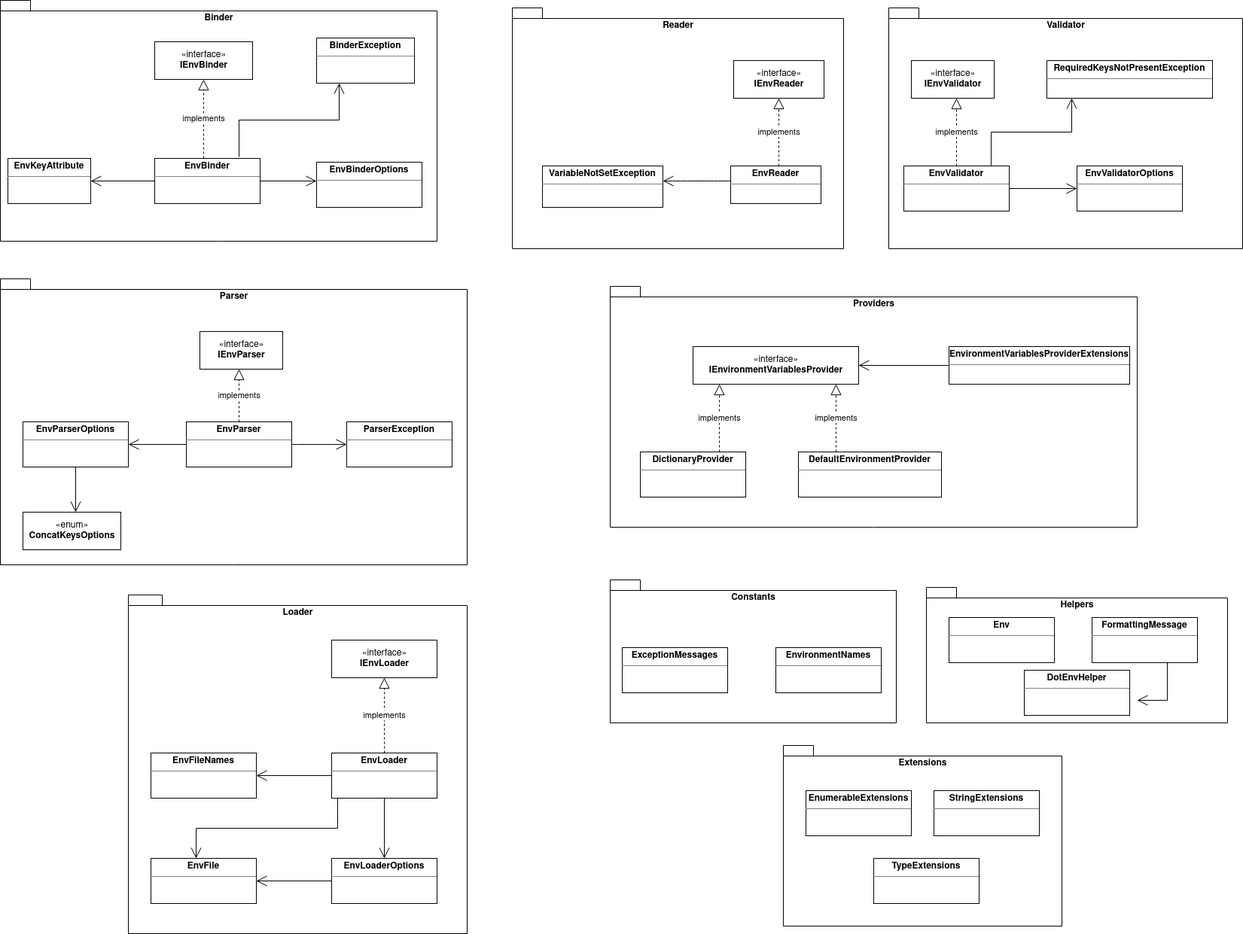
This is docs/images/package-diagram-library.png from MrDave1999/dotenv.core, a draw.io export, as it was before one commit. Source tidied: cells renumbered, new cells last; positions are measured from the earlier drawing's top-left corner, leaving out a move shared by most shapes.
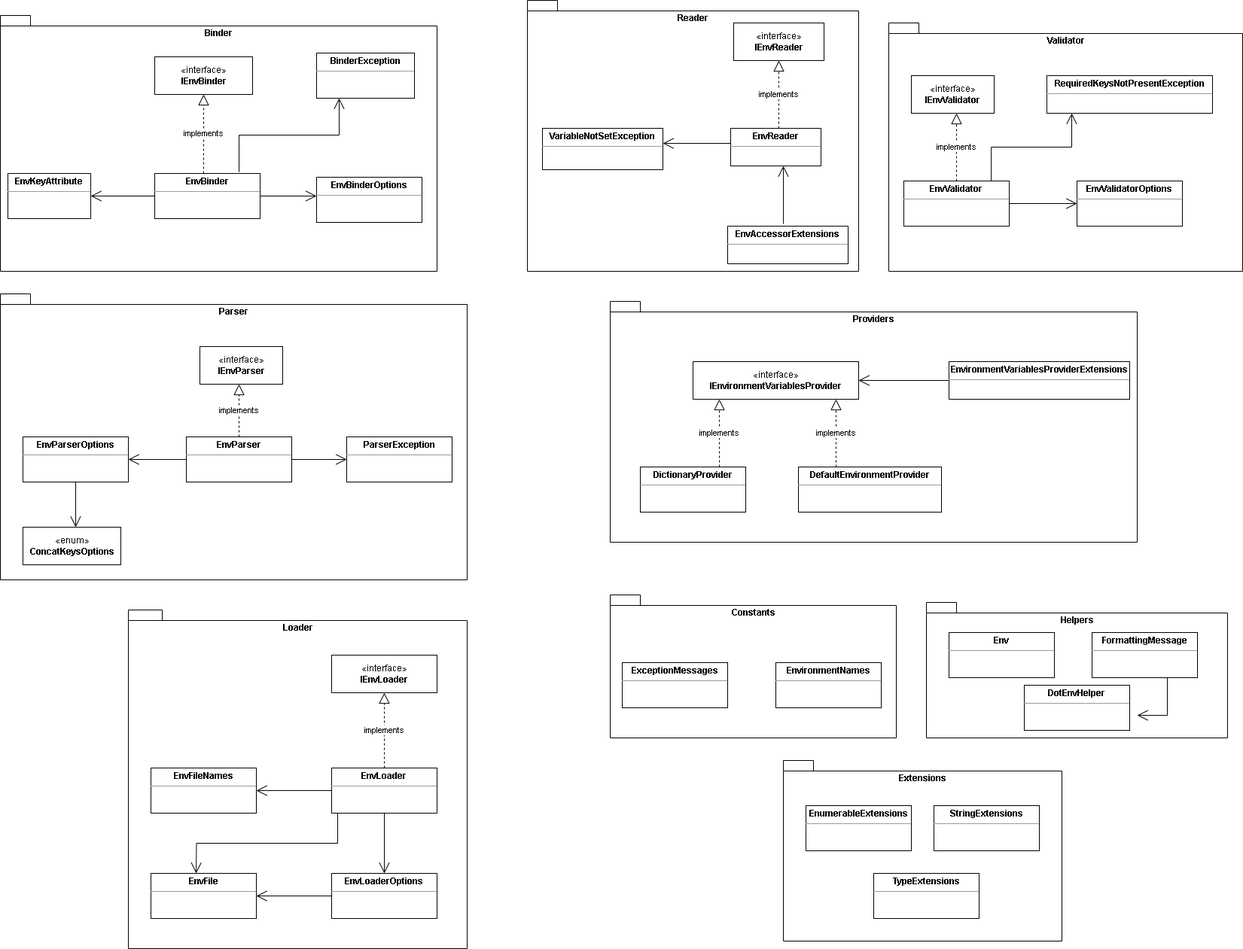
After the commit.

Change to the diagram source:
```diff
@@ -3,10 +3,10 @@
     <mxCell id="0" />
     <mxCell id="1" parent="0" />
     <mxCell id="2" value="Reader" style="shape=folder;fontStyle=1;spacingTop=10;tabWidth=40;tabHeight=14;tabPosition=left;html=1;verticalAlign=top;align=center;" parent="1" vertex="1">
-      <mxGeometry x="680" y="10" width="440" height="320" as="geometry" />
+      <mxGeometry x="700" y="-20" width="440" height="360" as="geometry" />
     </mxCell>
     <mxCell id="3" value="Validator" style="shape=folder;fontStyle=1;spacingTop=10;tabWidth=40;tabHeight=14;tabPosition=left;html=1;verticalAlign=top;" parent="1" vertex="1">
-      <mxGeometry x="1180" y="10" width="470" height="320" as="geometry" />
+      <mxGeometry x="1180" y="10" width="470" height="330" as="geometry" />
     </mxCell>
     <mxCell id="4" value="Loader" style="shape=folder;fontStyle=1;spacingTop=10;tabWidth=40;tabHeight=14;tabPosition=left;html=1;verticalAlign=top;" parent="1" vertex="1">
       <mxGeometry x="170" y="790" width="450" height="450" as="geometry" />
@@ -18,14 +18,14 @@
       <mxGeometry x="810" y="380" width="700" height="320" as="geometry" />
     </mxCell>
     <mxCell id="7" value="&lt;p style=&quot;margin: 0px ; margin-top: 4px ; text-align: center&quot;&gt;&lt;b&gt;EnvReader&lt;/b&gt;&lt;/p&gt;&lt;hr size=&quot;1&quot;&gt;&lt;div style=&quot;height: 2px&quot;&gt;&lt;br&gt;&lt;/div&gt;" style="verticalAlign=top;align=left;overflow=fill;fontSize=12;fontFamily=Helvetica;html=1;" parent="1" vertex="1">
-      <mxGeometry x="970" y="220" width="120" height="50" as="geometry" />
+      <mxGeometry x="970" y="150" width="120" height="50" as="geometry" />
     </mxCell>
     <mxCell id="8" value="«interface»&lt;br&gt;&lt;b&gt;IEnvReader&lt;/b&gt;" style="html=1;" parent="1" vertex="1">
-      <mxGeometry x="974" y="80" width="120" height="50" as="geometry" />
+      <mxGeometry x="974" y="10" width="120" height="50" as="geometry" />
     </mxCell>
     <mxCell id="9" value="implements" style="endArrow=block;dashed=1;endFill=0;endSize=12;html=1;rounded=0;" parent="1" edge="1" target="8">
       <mxGeometry relative="1" as="geometry">
-        <mxPoint x="1034" y="220" as="sourcePoint" />
+        <mxPoint x="1034" y="150" as="sourcePoint" />
       </mxGeometry>
     </mxCell>
     <mxCell id="10" value="&lt;p style=&quot;margin: 0px ; margin-top: 4px ; text-align: center&quot;&gt;&lt;b&gt;EnvValidator&lt;/b&gt;&lt;/p&gt;&lt;hr size=&quot;1&quot;&gt;&lt;div style=&quot;height: 2px&quot;&gt;&lt;/div&gt;" style="verticalAlign=top;align=left;overflow=fill;fontSize=12;fontFamily=Helvetica;html=1;" parent="1" vertex="1">
@@ -139,12 +139,12 @@
       </mxGeometry>
     </mxCell>
     <mxCell id="41" value="&lt;p style=&quot;margin: 0px ; margin-top: 4px ; text-align: center&quot;&gt;&lt;b&gt;VariableNotSetException&lt;/b&gt;&lt;br&gt;&lt;/p&gt;&lt;hr size=&quot;1&quot;&gt;&lt;div style=&quot;height: 2px&quot;&gt;&lt;/div&gt;" style="verticalAlign=top;align=left;overflow=fill;fontSize=12;fontFamily=Helvetica;html=1;" parent="1" vertex="1">
-      <mxGeometry x="720" y="220" width="160" height="55" as="geometry" />
+      <mxGeometry x="720" y="150" width="160" height="55" as="geometry" />
     </mxCell>
     <mxCell id="42" style="endArrow=open;endFill=1;endSize=12;html=1;rounded=0;curved=1;elbow=vertical;" parent="1" edge="1">
       <mxGeometry relative="1" as="geometry">
-        <mxPoint x="970" y="240" as="sourcePoint" />
-        <mxPoint x="880" y="240" as="targetPoint" />
+        <mxPoint x="970" y="170" as="sourcePoint" />
+        <mxPoint x="880" y="170" as="targetPoint" />
       </mxGeometry>
     </mxCell>
     <mxCell id="43" value="&lt;p style=&quot;margin: 0px ; margin-top: 4px ; text-align: center&quot;&gt;&lt;b&gt;RequiredKeysNotPresentException&lt;/b&gt;&lt;br&gt;&lt;/p&gt;&lt;hr size=&quot;1&quot;&gt;&lt;div style=&quot;height: 2px&quot;&gt;&lt;/div&gt;" style="verticalAlign=top;align=left;overflow=fill;fontSize=12;fontFamily=Helvetica;html=1;" parent="1" vertex="1">
@@ -188,7 +188,7 @@
       <mxGeometry x="1240" y="1050" width="140" height="60" as="geometry" />
     </mxCell>
     <mxCell id="54" value="Binder" style="shape=folder;fontStyle=1;spacingTop=10;tabWidth=40;tabHeight=14;tabPosition=left;html=1;verticalAlign=top;" parent="1" vertex="1">
-      <mxGeometry width="580" height="320" as="geometry" />
+      <mxGeometry width="580" height="340" as="geometry" />
     </mxCell>
     <mxCell id="55" value="«interface»&lt;br&gt;&lt;b&gt;IEnvBinder&lt;/b&gt;" style="html=1;" parent="1" vertex="1">
       <mxGeometry x="205" y="55" width="130" height="50" as="geometry" />
@@ -236,5 +236,13 @@
         </Array>
       </mxGeometry>
     </mxCell>
+    <mxCell id="67" value="&lt;p style=&quot;margin: 0px ; margin-top: 4px ; text-align: center&quot;&gt;&lt;b style=&quot;border-color: var(--border-color);&quot;&gt;EnvAccessorExtensions&lt;/b&gt;&lt;br&gt;&lt;/p&gt;&lt;hr size=&quot;1&quot;&gt;&lt;div style=&quot;height: 2px&quot;&gt;&lt;br&gt;&lt;/div&gt;" style="verticalAlign=top;align=left;overflow=fill;fontSize=12;fontFamily=Helvetica;html=1;" parent="1" vertex="1">
+      <mxGeometry x="966" y="280" width="160" height="50" as="geometry" />
+    </mxCell>
+    <mxCell id="68" style="endArrow=open;endFill=1;endSize=12;html=1;rounded=0;exitX=0.463;exitY=-0.06;exitDx=0;exitDy=0;exitPerimeter=0;" parent="1" edge="1" source="67">
+      <mxGeometry relative="1" as="geometry">
+        <mxPoint x="1040" y="200" as="targetPoint" />
+      </mxGeometry>
+    </mxCell>
   </root>
 </mxGraphModel>
```
